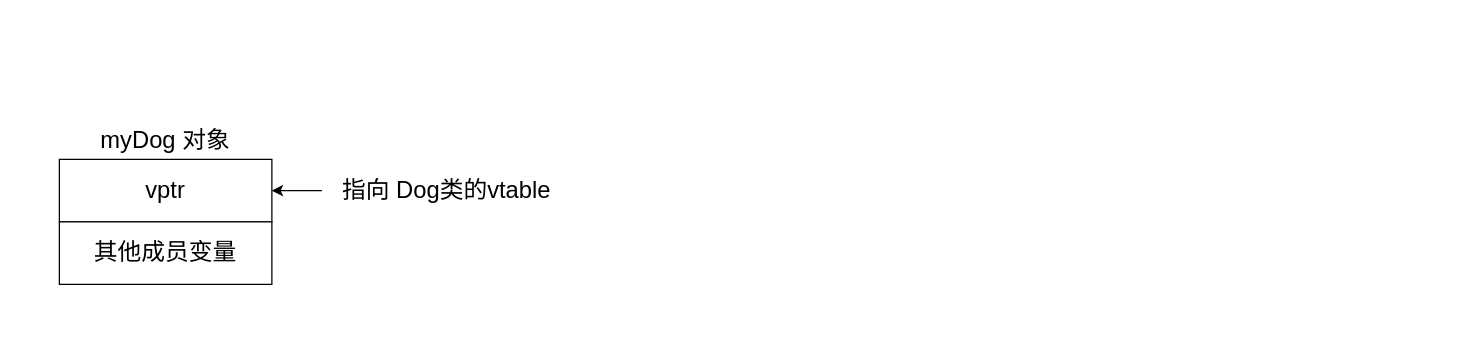
Earlier version of the draw.io diagram facedraw.drawio (xiaodongYao/DrawIO). Source tidied: cells renumbered, new cells numbered last; positions are measured from the earlier drawing's top-left corner, leaving out a move shared by most shapes. Both pictures are drawn from the tidied source at 125%, with x=0, y=0 at pixel (59, 121).
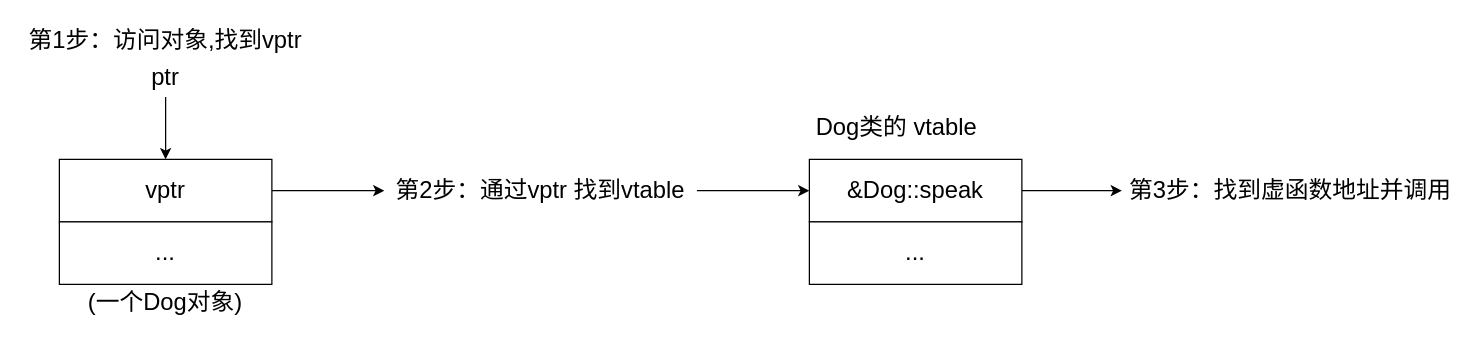
The same diagram, later.

What changed in the source:
```diff
@@
 <mxGraphModel>
   <root>
     <mxCell id="0" />
     <mxCell id="1" parent="0" />
-    <mxCell id="2" value="myDog 对象" style="text;html=1;align=center;verticalAlign=middle;whiteSpace=wrap;rounded=0;fontSize=19;" parent="1" vertex="1">
-      <mxGeometry x="15" width="140" height="30" as="geometry" />
+    <mxCell id="2" value="第1步：访问对象,找到vptr" style="text;html=1;align=center;verticalAlign=middle;whiteSpace=wrap;rounded=0;fontSize=19;" parent="1" vertex="1">
+      <mxGeometry x="-30" y="-80" width="230" height="30" as="geometry" />
     </mxCell>
+    <mxCell id="7" style="edgeStyle=orthogonalEdgeStyle;rounded=0;jettySize=auto;html=1;exitX=1;exitY=0.5;exitDx=0;exitDy=0;entryX=0;entryY=0.5;entryDx=0;entryDy=0;" parent="1" edge="1" source="3" target="6">
+      <mxGeometry relative="1" as="geometry" />
+    </mxCell>
     <mxCell id="3" value="vptr" style="rounded=0;whiteSpace=wrap;html=1;fontSize=19;" parent="1" vertex="1">
       <mxGeometry y="30" width="170" height="50" as="geometry" />
     </mxCell>
-    <mxCell id="4" value="其他成员变量" style="rounded=0;whiteSpace=wrap;html=1;fontSize=19;" parent="1" vertex="1">
+    <mxCell id="4" value="..." style="rounded=0;whiteSpace=wrap;html=1;fontSize=19;" parent="1" vertex="1">
       <mxGeometry y="80" width="170" height="50" as="geometry" />
     </mxCell>
-    <mxCell id="5" style="edgeStyle=orthogonalEdgeStyle;rounded=0;jettySize=auto;html=1;exitX=0;exitY=0.5;exitDx=0;exitDy=0;entryX=1;entryY=0.5;entryDx=0;entryDy=0;" parent="1" edge="1" source="6" target="3">
-      <mxGeometry relative="1" as="geometry" />
-    </mxCell>
+    <mxCell id="8" style="edgeStyle=orthogonalEdgeStyle;rounded=0;jettySize=auto;html=1;exitX=1;exitY=0.5;exitDx=0;exitDy=0;entryX=0;entryY=0.5;entryDx=0;entryDy=0;" parent="1" edge="1" source="6" target="13">
+      <mxGeometry relative="1" as="geometry" />
+    </mxCell>
-    <mxCell id="6" value="指向 Dog类的vtable" style="text;html=1;align=center;verticalAlign=middle;whiteSpace=wrap;rounded=0;fontSize=19;" parent="1" vertex="1">
-      <mxGeometry x="210" y="40" width="200" height="30" as="geometry" />
+    <mxCell id="6" value="第2步：通过vptr 找到vtable" style="text;html=1;align=center;verticalAlign=middle;whiteSpace=wrap;rounded=0;fontSize=19;" parent="1" vertex="1">
+      <mxGeometry x="260" y="40" width="250" height="30" as="geometry" />
     </mxCell>
+    <mxCell id="9" style="edgeStyle=orthogonalEdgeStyle;rounded=0;jettySize=auto;html=1;exitX=0.5;exitY=1;exitDx=0;exitDy=0;entryX=0.5;entryY=0;entryDx=0;entryDy=0;" parent="1" edge="1" source="10" target="3">
+      <mxGeometry relative="1" as="geometry" />
+    </mxCell>
+    <mxCell id="10" value="ptr" style="text;html=1;align=center;verticalAlign=middle;whiteSpace=wrap;rounded=0;fontSize=19;" parent="1" vertex="1">
+      <mxGeometry x="55" y="-50" width="60" height="30" as="geometry" />
+    </mxCell>
+    <mxCell id="11" value="(一个Dog对象)" style="text;html=1;align=center;verticalAlign=middle;whiteSpace=wrap;rounded=0;fontSize=19;" parent="1" vertex="1">
+      <mxGeometry x="20" y="130" width="130" height="30" as="geometry" />
+    </mxCell>
+    <mxCell id="12" style="edgeStyle=orthogonalEdgeStyle;rounded=0;jettySize=auto;html=1;exitX=1;exitY=0.5;exitDx=0;exitDy=0;" parent="1" edge="1" source="13" target="16">
+      <mxGeometry relative="1" as="geometry" />
+    </mxCell>
+    <mxCell id="13" value="&amp;amp;Dog::speak" style="rounded=0;whiteSpace=wrap;html=1;fontSize=19;" parent="1" vertex="1">
+      <mxGeometry x="600" y="30" width="170" height="50" as="geometry" />
+    </mxCell>
+    <mxCell id="14" value="..." style="rounded=0;whiteSpace=wrap;html=1;fontSize=19;" parent="1" vertex="1">
+      <mxGeometry x="600" y="80" width="170" height="50" as="geometry" />
+    </mxCell>
+    <mxCell id="15" value="Dog类的 vtable" style="text;html=1;align=center;verticalAlign=middle;whiteSpace=wrap;rounded=0;fontSize=19;" parent="1" vertex="1">
+      <mxGeometry x="600" y="-10" width="140" height="30" as="geometry" />
+    </mxCell>
+    <mxCell id="16" value="第3步：找到虚函数地址并调用" style="text;html=1;align=center;verticalAlign=middle;whiteSpace=wrap;rounded=0;fontSize=19;" parent="1" vertex="1">
+      <mxGeometry x="850" y="40" width="270" height="30" as="geometry" />
+    </mxCell>
   </root>
 </mxGraphModel>
```
